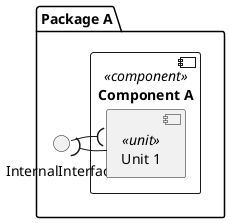
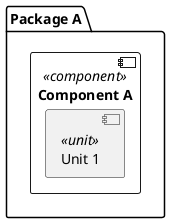
' *******************************************************************************
' Copyright (c) 2026 Contributors to the Eclipse Foundation
'
' See the NOTICE file(s) distributed with this work for additional
' information regarding copyright ownership.
'
' This program and the accompanying materials are made available under the
' terms of the Apache License Version 2.0 which is available at
' https://www.apache.org/licenses/LICENSE-2.0
'
' SPDX-License-Identifier: Apache-2.0
' *******************************************************************************

@startuml component_diagram

package "Package A" as package_a {
    component "Component A" as component_a <<component>> {
        component "Unit 1" as unit_1 <<unit>>
    }
- 
-     interface "InternalInterface" as InternalInterface
-     unit_1 -( InternalInterface
-     unit_1 )- InternalInterface
}

@enduml
